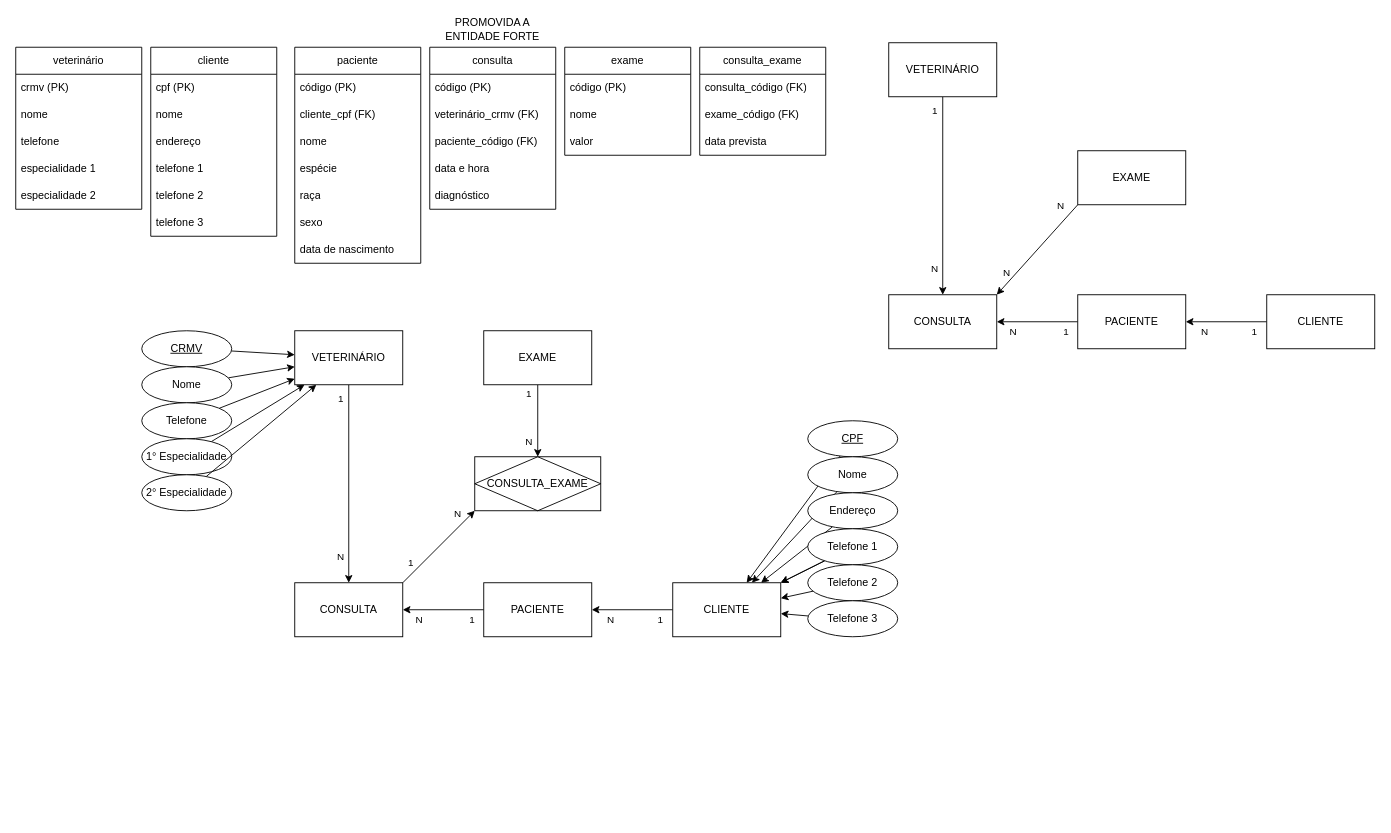
This is case VETERINARIA.drawio from Reimyel/Diagramas, a draw.io file, before an edit. Source tidied: cells renumbered, new cells numbered last; positions are measured from the earlier drawing's top-left corner, leaving out a move shared by most shapes. Both pictures are drawn from the tidied source at 90%, with x=0, y=0 at pixel (15, 15).
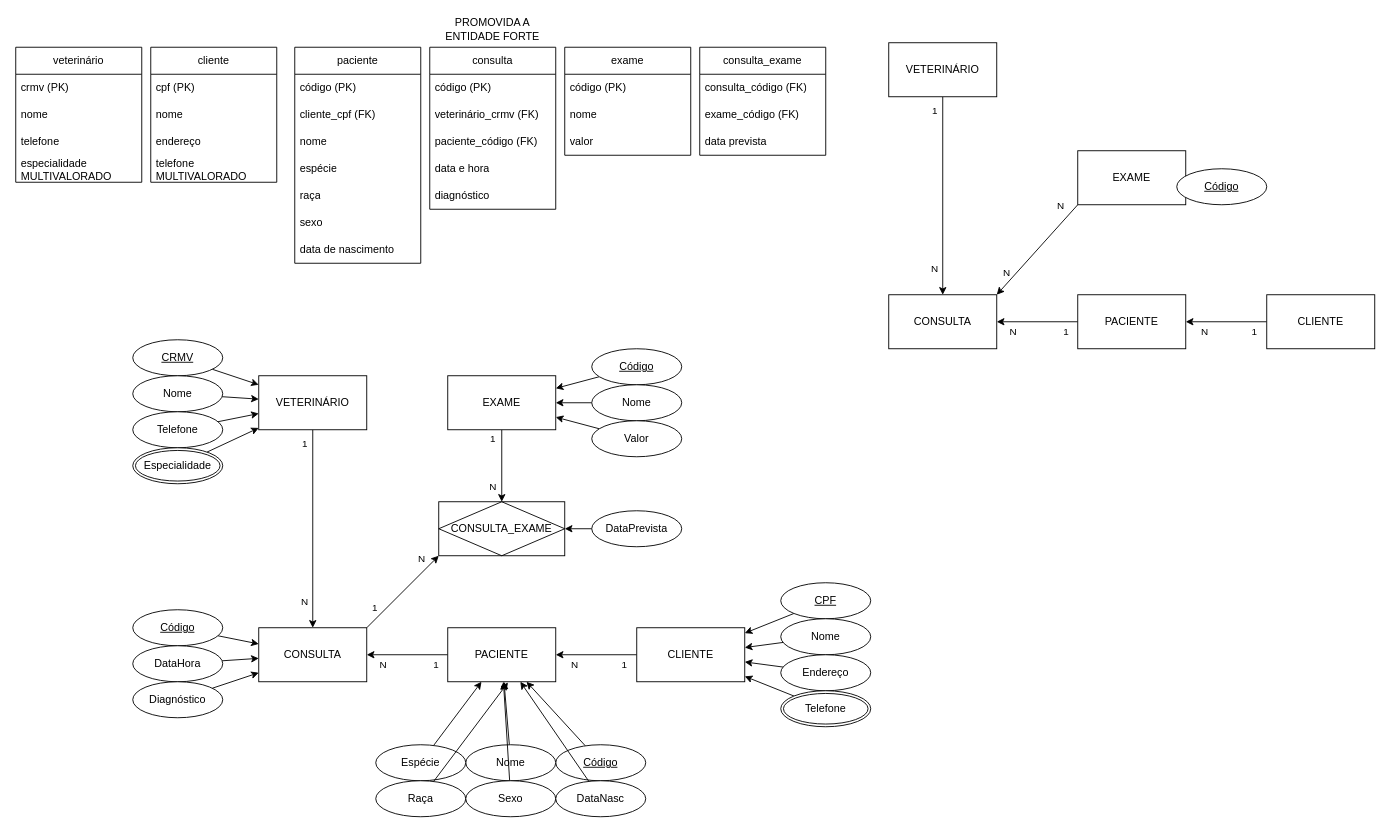
The same page after the edit.

What changed in the source:
```diff
@@
     <mxCell id="2" value="veterinário" style="swimlane;fontStyle=0;horizontal=1;startSize=30;whiteSpace=wrap;html=1;" parent="1" vertex="1">
-      <mxGeometry y="35" width="140" height="180" as="geometry" />
+      <mxGeometry y="35" width="140" height="150" as="geometry" />
     </mxCell>
@@
-    <mxCell id="6" value="especialidade 1" style="text;strokeColor=none;fillColor=none;align=left;verticalAlign=middle;spacingLeft=4;spacingRight=4;overflow=hidden;whiteSpace=wrap;html=1;" parent="2" vertex="1">
+    <mxCell id="6" value="especialidade MULTIVALORADO" style="text;strokeColor=none;fillColor=none;align=left;verticalAlign=middle;spacingLeft=4;spacingRight=4;overflow=hidden;whiteSpace=wrap;html=1;" parent="2" vertex="1">
       <mxGeometry y="120" width="140" height="30" as="geometry" />
     </mxCell>
-    <mxCell id="7" value="especialidade 2" style="text;strokeColor=none;fillColor=none;align=left;verticalAlign=middle;spacingLeft=4;spacingRight=4;overflow=hidden;whiteSpace=wrap;html=1;" parent="2" vertex="1">
-      <mxGeometry y="150" width="140" height="30" as="geometry" />
-    </mxCell>
     <mxCell id="8" value="cliente" style="swimlane;fontStyle=0;horizontal=1;startSize=30;whiteSpace=wrap;html=1;" parent="1" vertex="1">
-      <mxGeometry x="150" y="35" width="140" height="210" as="geometry" />
+      <mxGeometry x="150" y="35" width="140" height="150" as="geometry" />
     </mxCell>
@@
-    <mxCell id="12" value="telefone 1" style="text;strokeColor=none;fillColor=none;align=left;verticalAlign=middle;spacingLeft=4;spacingRight=4;overflow=hidden;whiteSpace=wrap;html=1;" parent="8" vertex="1">
+    <mxCell id="12" value="telefone MULTIVALORADO" style="text;strokeColor=none;fillColor=none;align=left;verticalAlign=middle;spacingLeft=4;spacingRight=4;overflow=hidden;whiteSpace=wrap;html=1;" parent="8" vertex="1">
       <mxGeometry y="120" width="140" height="30" as="geometry" />
     </mxCell>
-    <mxCell id="13" value="telefone 2" style="text;strokeColor=none;fillColor=none;align=left;verticalAlign=middle;spacingLeft=4;spacingRight=4;overflow=hidden;whiteSpace=wrap;html=1;" parent="8" vertex="1">
-      <mxGeometry y="150" width="140" height="30" as="geometry" />
-    </mxCell>
-    <mxCell id="14" value="telefone 3" style="text;strokeColor=none;fillColor=none;align=left;verticalAlign=middle;spacingLeft=4;spacingRight=4;overflow=hidden;whiteSpace=wrap;html=1;" parent="8" vertex="1">
-      <mxGeometry y="180" width="140" height="30" as="geometry" />
-    </mxCell>
@@
     <mxCell id="58" value="VETERINÁRIO" style="rounded=0;whiteSpace=wrap;html=1;" parent="1" vertex="1">
-      <mxGeometry x="310" y="350" width="120" height="60" as="geometry" />
+      <mxGeometry x="270" y="400" width="120" height="60" as="geometry" />
     </mxCell>
@@
     <mxCell id="62" value="CLIENTE" style="rounded=0;whiteSpace=wrap;html=1;" parent="1" vertex="1">
-      <mxGeometry x="730" y="630" width="120" height="60" as="geometry" />
+      <mxGeometry x="690" y="680" width="120" height="60" as="geometry" />
     </mxCell>
@@
     <mxCell id="66" value="PACIENTE" style="rounded=0;whiteSpace=wrap;html=1;" parent="1" vertex="1">
-      <mxGeometry x="520" y="630" width="120" height="60" as="geometry" />
+      <mxGeometry x="480" y="680" width="120" height="60" as="geometry" />
     </mxCell>
@@
     <mxCell id="70" value="CONSULTA" style="rounded=0;whiteSpace=wrap;html=1;" parent="1" vertex="1">
-      <mxGeometry x="310" y="630" width="120" height="60" as="geometry" />
+      <mxGeometry x="270" y="680" width="120" height="60" as="geometry" />
     </mxCell>
@@
     <mxCell id="74" value="EXAME" style="rounded=0;whiteSpace=wrap;html=1;" parent="1" vertex="1">
-      <mxGeometry x="520" y="350" width="120" height="60" as="geometry" />
+      <mxGeometry x="480" y="400" width="120" height="60" as="geometry" />
     </mxCell>
     <mxCell id="75" value="CONSULTA_EXAME" style="shape=associativeEntity;whiteSpace=wrap;html=1;align=center;" parent="1" vertex="1">
-      <mxGeometry x="510" y="490" width="140" height="60" as="geometry" />
+      <mxGeometry x="470" y="540" width="140" height="60" as="geometry" />
     </mxCell>
@@
     <mxCell id="77" value="CRMV" style="ellipse;whiteSpace=wrap;html=1;align=center;fontStyle=4;" parent="1" vertex="1">
-      <mxGeometry x="140" y="350" width="100" height="40" as="geometry" />
+      <mxGeometry x="130" y="360" width="100" height="40" as="geometry" />
     </mxCell>
@@
     <mxCell id="79" value="Nome" style="ellipse;whiteSpace=wrap;html=1;align=center;" parent="1" vertex="1">
-      <mxGeometry x="140" y="390" width="100" height="40" as="geometry" />
+      <mxGeometry x="130" y="400" width="100" height="40" as="geometry" />
     </mxCell>
@@
     <mxCell id="81" value="Telefone" style="ellipse;whiteSpace=wrap;html=1;align=center;" parent="1" vertex="1">
-      <mxGeometry x="140" y="430" width="100" height="40" as="geometry" />
+      <mxGeometry x="130" y="440" width="100" height="40" as="geometry" />
     </mxCell>
-    <mxCell id="82" style="rounded=0;jettySize=auto;html=1;" parent="1" edge="1" source="83" target="58">
-      <mxGeometry relative="1" as="geometry" />
-    </mxCell>
-    <mxCell id="83" value="1° Especialidade" style="ellipse;whiteSpace=wrap;html=1;align=center;" parent="1" vertex="1">
-      <mxGeometry x="140" y="470" width="100" height="40" as="geometry" />
-    </mxCell>
-    <mxCell id="84" style="rounded=0;jettySize=auto;html=1;" parent="1" edge="1" source="85" target="58">
-      <mxGeometry relative="1" as="geometry" />
-    </mxCell>
-    <mxCell id="85" value="2° Especialidade" style="ellipse;whiteSpace=wrap;html=1;align=center;" parent="1" vertex="1">
-      <mxGeometry x="140" y="510" width="100" height="40" as="geometry" />
-    </mxCell>
@@
     <mxCell id="87" value="CPF" style="ellipse;whiteSpace=wrap;html=1;align=center;fontStyle=4;" parent="1" vertex="1">
-      <mxGeometry x="880" y="450" width="100" height="40" as="geometry" />
+      <mxGeometry x="850" y="630" width="100" height="40" as="geometry" />
     </mxCell>
@@
     <mxCell id="89" value="Nome" style="ellipse;whiteSpace=wrap;html=1;align=center;" parent="1" vertex="1">
-      <mxGeometry x="880" y="490" width="100" height="40" as="geometry" />
+      <mxGeometry x="850" y="670" width="100" height="40" as="geometry" />
     </mxCell>
@@
     <mxCell id="91" value="Endereço" style="ellipse;whiteSpace=wrap;html=1;align=center;" parent="1" vertex="1">
-      <mxGeometry x="880" y="530" width="100" height="40" as="geometry" />
+      <mxGeometry x="850" y="710" width="100" height="40" as="geometry" />
     </mxCell>
-    <mxCell id="92" style="rounded=0;jettySize=auto;html=1;" parent="1" edge="1" source="94" target="62">
-      <mxGeometry relative="1" as="geometry" />
-    </mxCell>
-    <mxCell id="93" style="rounded=0;jettySize=auto;html=1;" parent="1" edge="1" source="94" target="62">
-      <mxGeometry relative="1" as="geometry" />
-    </mxCell>
-    <mxCell id="94" value="Telefone 1" style="ellipse;whiteSpace=wrap;html=1;align=center;" parent="1" vertex="1">
-      <mxGeometry x="880" y="570" width="100" height="40" as="geometry" />
-    </mxCell>
-    <mxCell id="95" style="rounded=0;jettySize=auto;html=1;" parent="1" edge="1" source="96" target="62">
-      <mxGeometry relative="1" as="geometry" />
-    </mxCell>
-    <mxCell id="96" value="Telefone 2" style="ellipse;whiteSpace=wrap;html=1;align=center;" parent="1" vertex="1">
-      <mxGeometry x="880" y="610" width="100" height="40" as="geometry" />
-    </mxCell>
-    <mxCell id="97" style="rounded=0;jettySize=auto;html=1;" parent="1" edge="1" source="98" target="62">
-      <mxGeometry relative="1" as="geometry" />
-    </mxCell>
-    <mxCell id="98" value="Telefone 3" style="ellipse;whiteSpace=wrap;html=1;align=center;" parent="1" vertex="1">
-      <mxGeometry x="880" y="650" width="100" height="40" as="geometry" />
-    </mxCell>
+    <mxCell id="99" style="rounded=0;jettySize=auto;html=1;" parent="1" edge="1" source="100" target="74">
+      <mxGeometry relative="1" as="geometry" />
+    </mxCell>
+    <mxCell id="100" value="Código" style="ellipse;whiteSpace=wrap;html=1;align=center;fontStyle=4;" parent="1" vertex="1">
+      <mxGeometry x="640" y="370" width="100" height="40" as="geometry" />
+    </mxCell>
+    <mxCell id="101" style="rounded=0;jettySize=auto;html=1;" parent="1" edge="1" source="102" target="74">
+      <mxGeometry relative="1" as="geometry" />
+    </mxCell>
+    <mxCell id="102" value="Nome" style="ellipse;whiteSpace=wrap;html=1;align=center;" parent="1" vertex="1">
+      <mxGeometry x="640" y="410" width="100" height="40" as="geometry" />
+    </mxCell>
+    <mxCell id="103" style="rounded=0;jettySize=auto;html=1;" parent="1" edge="1" source="104" target="74">
+      <mxGeometry relative="1" as="geometry" />
+    </mxCell>
+    <mxCell id="104" value="Valor" style="ellipse;whiteSpace=wrap;html=1;align=center;" parent="1" vertex="1">
+      <mxGeometry x="640" y="450" width="100" height="40" as="geometry" />
+    </mxCell>
+    <mxCell id="105" style="rounded=0;jettySize=auto;html=1;" parent="1" edge="1" source="106" target="70">
+      <mxGeometry relative="1" as="geometry" />
+    </mxCell>
+    <mxCell id="106" value="Código" style="ellipse;whiteSpace=wrap;html=1;align=center;fontStyle=4;" parent="1" vertex="1">
+      <mxGeometry x="130" y="660" width="100" height="40" as="geometry" />
+    </mxCell>
+    <mxCell id="107" style="rounded=0;jettySize=auto;html=1;" parent="1" edge="1" source="108" target="70">
+      <mxGeometry relative="1" as="geometry" />
+    </mxCell>
+    <mxCell id="108" value="DataHora" style="ellipse;whiteSpace=wrap;html=1;align=center;" parent="1" vertex="1">
+      <mxGeometry x="130" y="700" width="100" height="40" as="geometry" />
+    </mxCell>
+    <mxCell id="109" style="rounded=0;jettySize=auto;html=1;" parent="1" edge="1" source="110" target="70">
+      <mxGeometry relative="1" as="geometry" />
+    </mxCell>
+    <mxCell id="110" value="Diagnóstico" style="ellipse;whiteSpace=wrap;html=1;align=center;" parent="1" vertex="1">
+      <mxGeometry x="130" y="740" width="100" height="40" as="geometry" />
+    </mxCell>
+    <mxCell id="111" style="rounded=0;jettySize=auto;html=1;" parent="1" edge="1" source="112" target="66">
+      <mxGeometry relative="1" as="geometry" />
+    </mxCell>
+    <mxCell id="112" value="Código" style="ellipse;whiteSpace=wrap;html=1;align=center;fontStyle=4;" parent="1" vertex="1">
+      <mxGeometry x="600" y="810" width="100" height="40" as="geometry" />
+    </mxCell>
+    <mxCell id="113" style="rounded=0;jettySize=auto;html=1;" parent="1" edge="1" source="114" target="66">
+      <mxGeometry relative="1" as="geometry" />
+    </mxCell>
+    <mxCell id="114" value="Nome" style="ellipse;whiteSpace=wrap;html=1;align=center;" parent="1" vertex="1">
+      <mxGeometry x="500" y="810" width="100" height="40" as="geometry" />
+    </mxCell>
+    <mxCell id="115" style="rounded=0;jettySize=auto;html=1;" parent="1" edge="1" source="116" target="66">
+      <mxGeometry relative="1" as="geometry" />
+    </mxCell>
+    <mxCell id="116" value="Espécie" style="ellipse;whiteSpace=wrap;html=1;align=center;" parent="1" vertex="1">
+      <mxGeometry x="400" y="810" width="100" height="40" as="geometry" />
+    </mxCell>
+    <mxCell id="117" value="Raça" style="ellipse;whiteSpace=wrap;html=1;align=center;" parent="1" vertex="1">
+      <mxGeometry x="400" y="850" width="100" height="40" as="geometry" />
+    </mxCell>
+    <mxCell id="118" style="rounded=0;jettySize=auto;html=1;" parent="1" edge="1" source="119" target="66">
+      <mxGeometry relative="1" as="geometry" />
+    </mxCell>
+    <mxCell id="119" value="Sexo" style="ellipse;whiteSpace=wrap;html=1;align=center;" parent="1" vertex="1">
+      <mxGeometry x="500" y="850" width="100" height="40" as="geometry" />
+    </mxCell>
+    <mxCell id="120" style="rounded=0;jettySize=auto;html=1;" parent="1" edge="1" source="121" target="66">
+      <mxGeometry relative="1" as="geometry" />
+    </mxCell>
+    <mxCell id="121" value="DataNasc" style="ellipse;whiteSpace=wrap;html=1;align=center;" parent="1" vertex="1">
+      <mxGeometry x="600" y="850" width="100" height="40" as="geometry" />
+    </mxCell>
+    <mxCell id="122" style="rounded=0;jettySize=auto;html=1;entryX=0.558;entryY=1.014;entryDx=0;entryDy=0;entryPerimeter=0;" parent="1" edge="1" source="117" target="66">
+      <mxGeometry relative="1" as="geometry" />
+    </mxCell>
+    <mxCell id="123" value="Código" style="ellipse;whiteSpace=wrap;html=1;align=center;fontStyle=4;" parent="1" vertex="1">
+      <mxGeometry x="1290" y="170" width="100" height="40" as="geometry" />
+    </mxCell>
+    <mxCell id="124" style="rounded=0;jettySize=auto;html=1;" parent="1" edge="1" source="125" target="75">
+      <mxGeometry relative="1" as="geometry" />
+    </mxCell>
+    <mxCell id="125" value="DataPrevista" style="ellipse;whiteSpace=wrap;html=1;align=center;" parent="1" vertex="1">
+      <mxGeometry x="640" y="550" width="100" height="40" as="geometry" />
+    </mxCell>
+    <mxCell id="126" style="rounded=0;jettySize=auto;html=1;" parent="1" edge="1" source="127" target="62">
+      <mxGeometry relative="1" as="geometry" />
+    </mxCell>
+    <mxCell id="127" value="Telefone" style="ellipse;shape=doubleEllipse;margin=3;whiteSpace=wrap;html=1;align=center;" parent="1" vertex="1">
+      <mxGeometry x="850" y="750" width="100" height="40" as="geometry" />
+    </mxCell>
+    <mxCell id="128" style="rounded=0;jettySize=auto;html=1;" parent="1" edge="1" source="129" target="58">
+      <mxGeometry relative="1" as="geometry" />
+    </mxCell>
+    <mxCell id="129" value="Especialidade" style="ellipse;shape=doubleEllipse;margin=3;whiteSpace=wrap;html=1;align=center;" parent="1" vertex="1">
+      <mxGeometry x="130" y="480" width="100" height="40" as="geometry" />
+    </mxCell>
```
